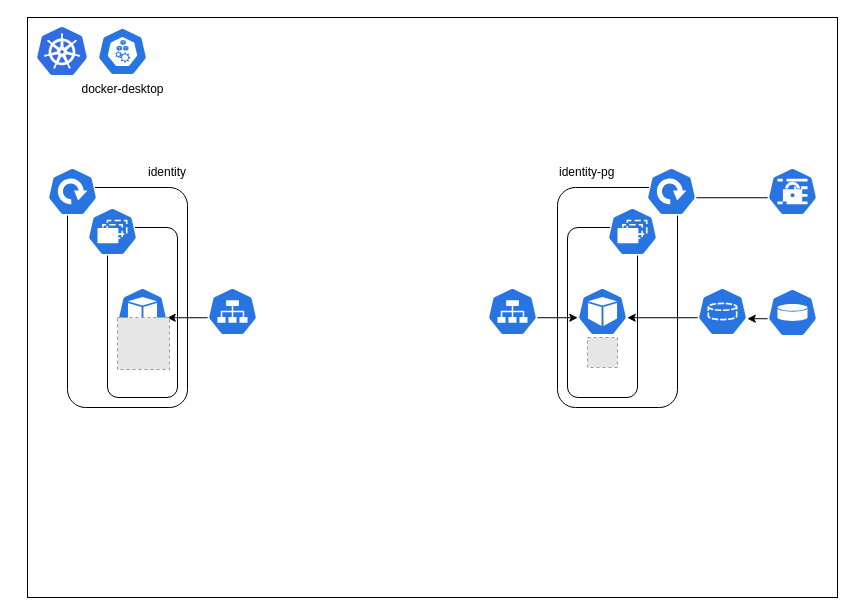
Earlier version of the draw.io diagram k8s/docs/diagrams/cluster.drawio (sourabh-singh-rawat/issue-tracker-services). Source tidied: cells renumbered, new cells numbered last; positions are measured from the earlier drawing's top-left corner, leaving out a move shared by most shapes. Both pictures are drawn from the tidied source at 100%, with x=0, y=0 at pixel (27, 17). Pictures stored in the file or linked from it are replaced by grey dashed boxes.
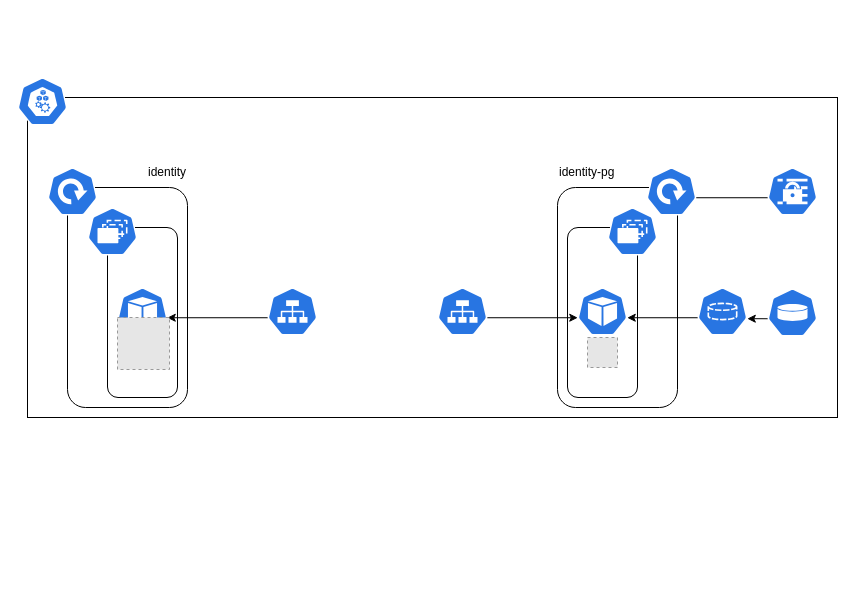
After the change.

The edit, as a diff of the source:
```diff
@@
     <mxCell id="2" style="rounded=0;whiteSpace=wrap;html=1;fillColor=none;" parent="1" vertex="1">
-      <mxGeometry width="810" height="580" as="geometry" />
+      <mxGeometry y="80" width="810" height="320" as="geometry" />
     </mxCell>
-    <mxCell id="3" value="docker-desktop" style="sketch=0;html=1;dashed=0;whitespace=wrap;fillColor=#2875E2;strokeColor=#ffffff;verticalLabelPosition=bottom;align=center;verticalAlign=top;shape=mxgraph.kubernetes.icon;prIcon=node;fontFamily=roboto mono;" parent="1" vertex="1">
-      <mxGeometry x="70" y="10" width="50" height="48" as="geometry" />
+    <mxCell id="3" style="sketch=0;html=1;dashed=0;whitespace=wrap;fillColor=#2875E2;strokeColor=#ffffff;verticalLabelPosition=bottom;align=center;verticalAlign=top;shape=mxgraph.kubernetes.icon;prIcon=node;fontFamily=roboto mono;" parent="1" vertex="1">
+      <mxGeometry x="-10" y="60" width="50" height="48" as="geometry" />
     </mxCell>
-    <mxCell id="4" style="image;sketch=0;html=1;align=center;fontSize=12;image=img/lib/mscae/Kubernetes.svg;fontFamily=roboto mono;" parent="1" vertex="1">
-      <mxGeometry x="10" y="10" width="50" height="48" as="geometry" />
-    </mxCell>
@@
     <mxCell id="11" style="sketch=0;html=1;dashed=0;whitespace=wrap;fillColor=#2875E2;strokeColor=#ffffff;points=[[0.005,0.63,0],[0.1,0.2,0],[0.9,0.2,0],[0.5,0,0],[0.995,0.63,0],[0.72,0.99,0],[0.5,1,0],[0.28,0.99,0]];verticalLabelPosition=bottom;align=center;verticalAlign=top;shape=mxgraph.kubernetes.icon;prIcon=svc;fontFamily=roboto mono;" parent="1" vertex="1">
-      <mxGeometry x="180" y="270" width="50" height="48" as="geometry" />
+      <mxGeometry x="240" y="270" width="50" height="48" as="geometry" />
     </mxCell>
@@
     <mxCell id="19" style="sketch=0;html=1;dashed=0;whitespace=wrap;fillColor=#2875E2;strokeColor=#ffffff;points=[[0.005,0.63,0],[0.1,0.2,0],[0.9,0.2,0],[0.5,0,0],[0.995,0.63,0],[0.72,0.99,0],[0.5,1,0],[0.28,0.99,0]];verticalLabelPosition=bottom;align=center;verticalAlign=top;shape=mxgraph.kubernetes.icon;prIcon=svc;fontFamily=roboto mono;" parent="1" vertex="1">
-      <mxGeometry x="460" y="270" width="50" height="48" as="geometry" />
+      <mxGeometry x="410" y="270" width="50" height="48" as="geometry" />
     </mxCell>
```
